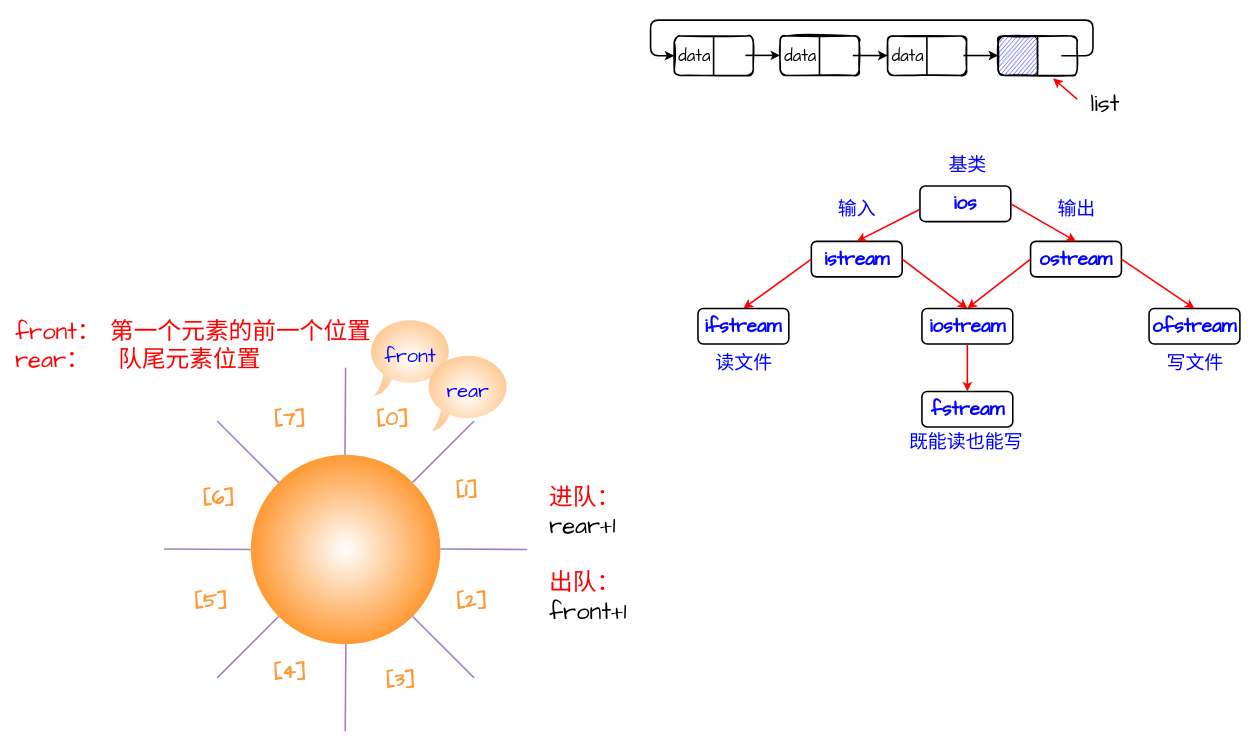
Earlier version of the draw.io diagram 未命名绘图.drawio (1900100209/Data-Structures-And-Algorithms). Source tidied: cells renumbered, new cells numbered last; positions are measured from the earlier drawing's top-left corner, leaving out a move shared by most shapes. Both pictures are drawn from the tidied source at 79%, with x=0, y=0 at pixel (13, 20).
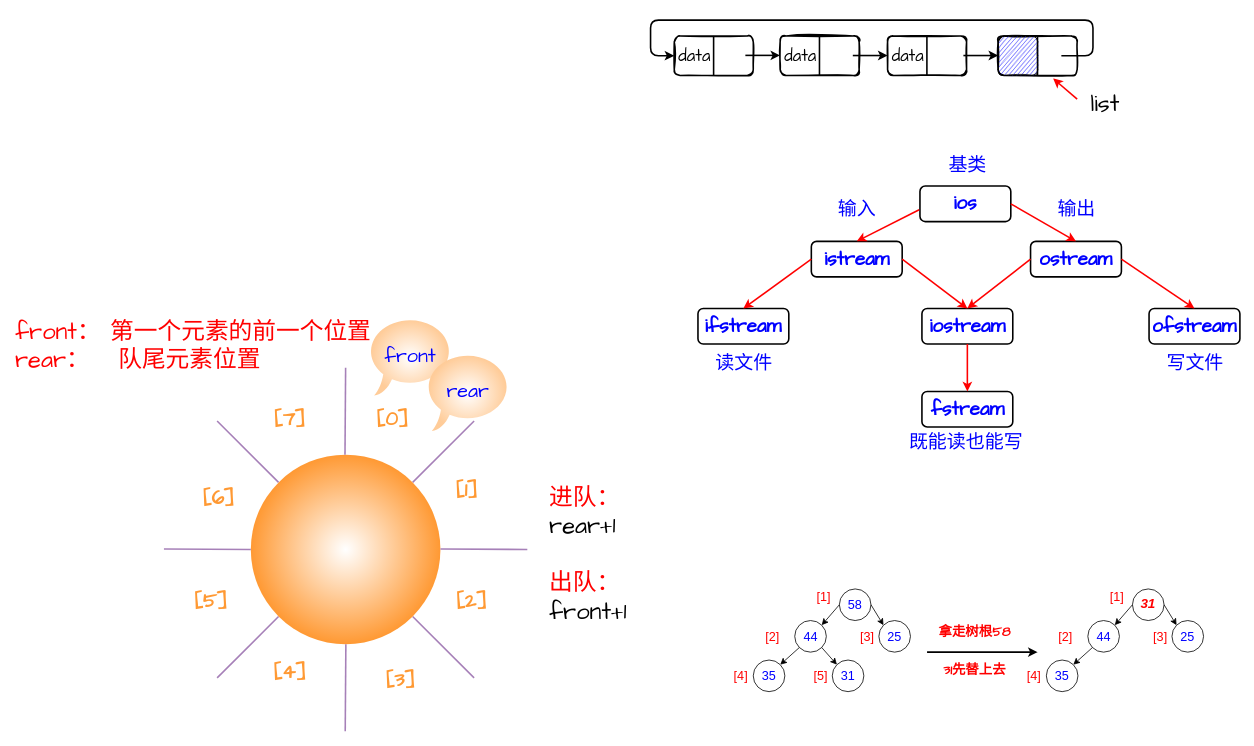
The same page after the edit.

Commit message:
更新未命名绘图.drawio

Diff of the diagram source:
```diff
@@
+    <mxCell id="63" value="58" style="ellipse;whiteSpace=wrap;html=1;fontSize=16;fontColor=#0000FF;" parent="1" vertex="1">
+      <mxGeometry x="1045" y="720" width="40" height="40" as="geometry" />
+    </mxCell>
+    <mxCell id="64" value="44" style="ellipse;whiteSpace=wrap;html=1;fontSize=16;fontColor=#0000FF;" parent="1" vertex="1">
+      <mxGeometry x="988.5" y="760" width="40" height="40" as="geometry" />
+    </mxCell>
+    <mxCell id="65" value="35" style="ellipse;whiteSpace=wrap;html=1;fontSize=16;fontColor=#0000FF;" parent="1" vertex="1">
+      <mxGeometry x="936" y="810" width="40" height="40" as="geometry" />
+    </mxCell>
+    <mxCell id="66" value="31" style="ellipse;whiteSpace=wrap;html=1;fontSize=16;fontColor=#0000FF;" parent="1" vertex="1">
+      <mxGeometry x="1036" y="810" width="40" height="40" as="geometry" />
+    </mxCell>
+    <mxCell id="67" value="25" style="ellipse;whiteSpace=wrap;html=1;fontSize=16;fontColor=#0000FF;" parent="1" vertex="1">
+      <mxGeometry x="1095" y="760" width="40" height="40" as="geometry" />
+    </mxCell>
+    <mxCell id="68" style="endArrow=classic;html=1;rounded=0;fontSize=16;fontColor=#0000FF;entryX=1;entryY=0;entryDx=0;entryDy=0;exitX=0;exitY=0.5;exitDx=0;exitDy=0;" parent="1" edge="1" source="63" target="64">
+      <mxGeometry relative="1" as="geometry" />
+    </mxCell>
+    <mxCell id="69" style="endArrow=classic;html=1;rounded=0;fontSize=16;fontColor=#0000FF;entryX=0;entryY=0;entryDx=0;entryDy=0;exitX=1;exitY=0.5;exitDx=0;exitDy=0;" parent="1" edge="1" source="63" target="67">
+      <mxGeometry relative="1" as="geometry" />
+    </mxCell>
+    <mxCell id="70" style="endArrow=classic;html=1;rounded=0;fontSize=16;fontColor=#0000FF;entryX=0;entryY=0;entryDx=0;entryDy=0;exitX=1;exitY=1;exitDx=0;exitDy=0;" parent="1" edge="1" source="64" target="66">
+      <mxGeometry relative="1" as="geometry" />
+    </mxCell>
+    <mxCell id="71" style="endArrow=classic;html=1;rounded=0;fontSize=16;fontColor=#0000FF;entryX=1;entryY=0;entryDx=0;entryDy=0;exitX=0;exitY=1;exitDx=0;exitDy=0;" parent="1" edge="1" source="64" target="65">
+      <mxGeometry relative="1" as="geometry" />
+    </mxCell>
+    <mxCell id="72" value="[1]" style="text;html=1;align=center;verticalAlign=middle;strokeColor=none;fillColor=none;fontSize=16;fontColor=#FF0000;" parent="1" vertex="1">
+      <mxGeometry x="1010" y="720" width="30" height="20" as="geometry" />
+    </mxCell>
+    <mxCell id="73" value="[2]" style="text;html=1;align=center;verticalAlign=middle;strokeColor=none;fillColor=none;fontSize=16;fontColor=#FF0000;" parent="1" vertex="1">
+      <mxGeometry x="945" y="770" width="30" height="20" as="geometry" />
+    </mxCell>
+    <mxCell id="74" value="[3]" style="text;html=1;align=center;verticalAlign=middle;strokeColor=none;fillColor=none;fontSize=16;fontColor=#FF0000;" parent="1" vertex="1">
+      <mxGeometry x="1065" y="770" width="30" height="20" as="geometry" />
+    </mxCell>
+    <mxCell id="75" value="[4]" style="text;html=1;align=center;verticalAlign=middle;strokeColor=none;fillColor=none;fontSize=16;fontColor=#FF0000;" parent="1" vertex="1">
+      <mxGeometry x="905" y="820" width="30" height="20" as="geometry" />
+    </mxCell>
+    <mxCell id="76" value="[5]" style="text;html=1;align=center;verticalAlign=middle;strokeColor=none;fillColor=none;fontSize=16;fontColor=#FF0000;" parent="1" vertex="1">
+      <mxGeometry x="1006" y="820" width="30" height="20" as="geometry" />
+    </mxCell>
+    <mxCell id="77" style="endArrow=classic;html=1;rounded=0;fontSize=16;fontColor=#FF0000;strokeWidth=2;" parent="1" edge="1">
+      <mxGeometry relative="1" as="geometry">
+        <mxPoint x="1156" y="800" as="sourcePoint" />
+        <mxPoint x="1296" y="800" as="targetPoint" />
+      </mxGeometry>
+    </mxCell>
+    <mxCell id="78" value="拿走树根58" style="text;html=1;align=center;verticalAlign=middle;strokeColor=none;fillColor=none;fontSize=17;fontColor=#FF0000;fontFamily=Comic Sans MS;fontStyle=1;" parent="1" vertex="1">
+      <mxGeometry x="1166" y="760" width="100" height="30" as="geometry" />
+    </mxCell>
+    <mxCell id="79" value="&lt;font style=&quot;font-size: 17px&quot;&gt;&lt;span&gt;&lt;i&gt;31&lt;/i&gt;&lt;/span&gt;&lt;/font&gt;" style="ellipse;whiteSpace=wrap;html=1;fontSize=16;fontColor=#FF0000;fontStyle=1;" parent="1" vertex="1">
+      <mxGeometry x="1416" y="720" width="40" height="40" as="geometry" />
+    </mxCell>
+    <mxCell id="80" value="44" style="ellipse;whiteSpace=wrap;html=1;fontSize=16;fontColor=#0000FF;" parent="1" vertex="1">
+      <mxGeometry x="1359.5" y="760" width="40" height="40" as="geometry" />
+    </mxCell>
+    <mxCell id="81" value="35" style="ellipse;whiteSpace=wrap;html=1;fontSize=16;fontColor=#0000FF;" parent="1" vertex="1">
+      <mxGeometry x="1307" y="810" width="40" height="40" as="geometry" />
+    </mxCell>
+    <mxCell id="82" value="25" style="ellipse;whiteSpace=wrap;html=1;fontSize=16;fontColor=#0000FF;" parent="1" vertex="1">
+      <mxGeometry x="1466" y="760" width="40" height="40" as="geometry" />
+    </mxCell>
+    <mxCell id="83" style="endArrow=classic;html=1;rounded=0;fontSize=16;fontColor=#0000FF;entryX=1;entryY=0;entryDx=0;entryDy=0;exitX=0;exitY=0.5;exitDx=0;exitDy=0;" parent="1" edge="1" source="79" target="80">
+      <mxGeometry relative="1" as="geometry" />
+    </mxCell>
+    <mxCell id="84" style="endArrow=classic;html=1;rounded=0;fontSize=16;fontColor=#0000FF;entryX=0;entryY=0;entryDx=0;entryDy=0;exitX=1;exitY=0.5;exitDx=0;exitDy=0;" parent="1" edge="1" source="79" target="82">
+      <mxGeometry relative="1" as="geometry" />
+    </mxCell>
+    <mxCell id="85" style="endArrow=classic;html=1;rounded=0;fontSize=16;fontColor=#0000FF;entryX=1;entryY=0;entryDx=0;entryDy=0;exitX=0;exitY=1;exitDx=0;exitDy=0;" parent="1" edge="1" source="80" target="81">
+      <mxGeometry relative="1" as="geometry" />
+    </mxCell>
+    <mxCell id="86" value="[1]" style="text;html=1;align=center;verticalAlign=middle;strokeColor=none;fillColor=none;fontSize=16;fontColor=#FF0000;" parent="1" vertex="1">
+      <mxGeometry x="1381" y="720" width="30" height="20" as="geometry" />
+    </mxCell>
+    <mxCell id="87" value="[2]" style="text;html=1;align=center;verticalAlign=middle;strokeColor=none;fillColor=none;fontSize=16;fontColor=#FF0000;" parent="1" vertex="1">
+      <mxGeometry x="1316" y="770" width="30" height="20" as="geometry" />
+    </mxCell>
+    <mxCell id="88" value="[3]" style="text;html=1;align=center;verticalAlign=middle;strokeColor=none;fillColor=none;fontSize=16;fontColor=#FF0000;" parent="1" vertex="1">
+      <mxGeometry x="1436" y="770" width="30" height="20" as="geometry" />
+    </mxCell>
+    <mxCell id="89" value="[4]" style="text;html=1;align=center;verticalAlign=middle;strokeColor=none;fillColor=none;fontSize=16;fontColor=#FF0000;" parent="1" vertex="1">
+      <mxGeometry x="1276" y="820" width="30" height="20" as="geometry" />
+    </mxCell>
+    <mxCell id="90" value="31先替上去" style="text;html=1;align=center;verticalAlign=middle;strokeColor=none;fillColor=none;fontSize=17;fontFamily=Comic Sans MS;fontColor=#FF0000;fontStyle=1;" parent="1" vertex="1">
+      <mxGeometry x="1166" y="808" width="100" height="30" as="geometry" />
+    </mxCell>
```
